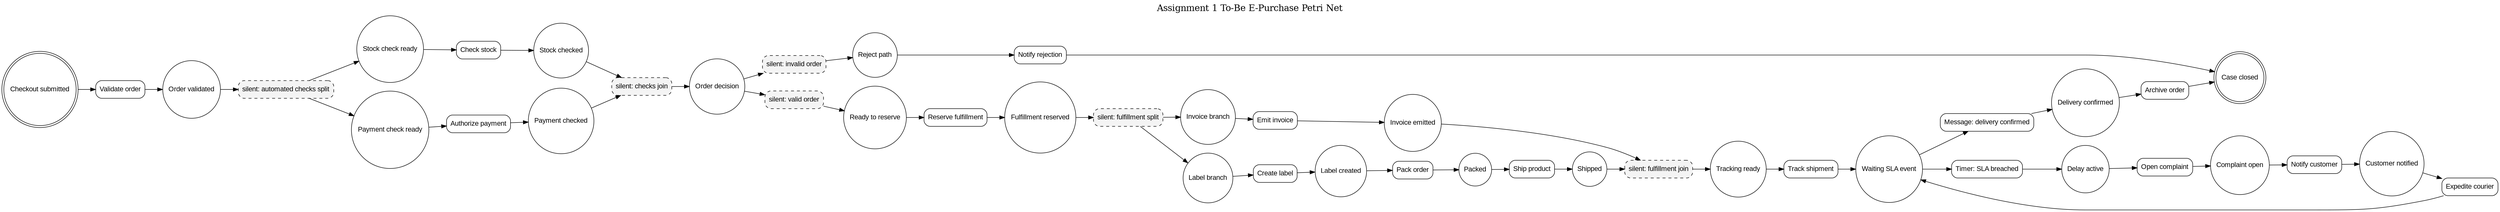
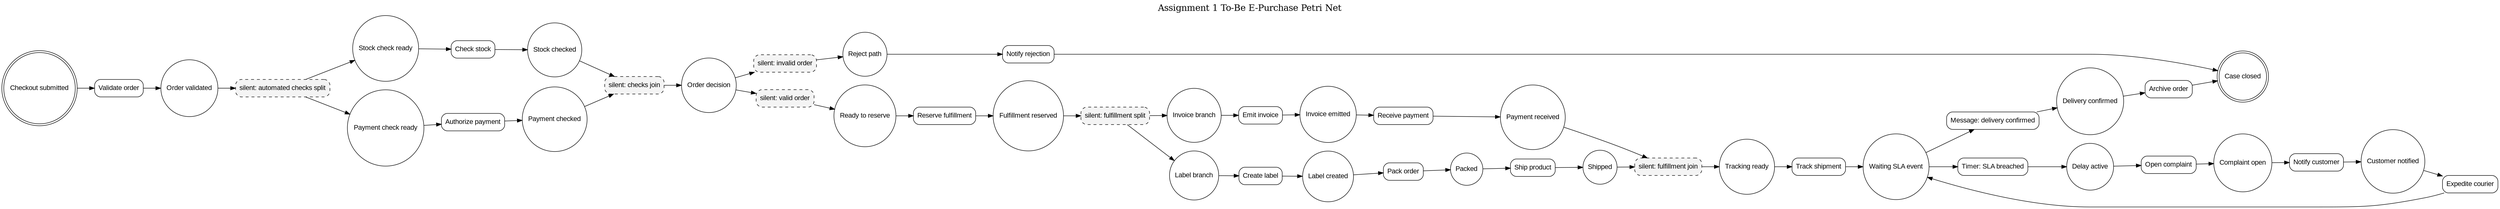
digraph assignment1_to_be_petri {
  rankdir=LR;
  graph [label="Assignment 1 To-Be E-Purchase Petri Net", labelloc=t, fontsize=18];
  node [fontname="Arial"];
  p_start [shape=circle, peripheries=2, label="Checkout submitted", width=0.9];
  p_validated [shape=circle, peripheries=1, label="Order validated", width=0.9];
  p_stock_ready [shape=circle, peripheries=1, label="Stock check ready", width=0.9];
  p_payment_ready [shape=circle, peripheries=1, label="Payment check ready", width=0.9];
  p_stock_checked [shape=circle, peripheries=1, label="Stock checked", width=0.9];
  p_payment_checked [shape=circle, peripheries=1, label="Payment checked", width=0.9];
  p_order_decision [shape=circle, peripheries=1, label="Order decision", width=0.9];
  p_reject_ready [shape=circle, peripheries=1, label="Reject path", width=0.9];
  p_reserve_ready [shape=circle, peripheries=1, label="Ready to reserve", width=0.9];
  p_fulfillment_reserved [shape=circle, peripheries=1, label="Fulfillment reserved", width=0.9];
  p_invoice_ready [shape=circle, peripheries=1, label="Invoice branch", width=0.9];
  p_label_ready [shape=circle, peripheries=1, label="Label branch", width=0.9];
  p_invoice_done [shape=circle, peripheries=1, label="Invoice emitted", width=0.9];
+   p_payment_received [shape=circle, peripheries=1, label="Payment received", width=0.9];
  p_label_created [shape=circle, peripheries=1, label="Label created", width=0.9];
  p_packed [shape=circle, peripheries=1, label="Packed", width=0.9];
  p_shipped [shape=circle, peripheries=1, label="Shipped", width=0.9];
  p_tracking_ready [shape=circle, peripheries=1, label="Tracking ready", width=0.9];
  p_sla_wait [shape=circle, peripheries=1, label="Waiting SLA event", width=0.9];
  p_delay_case [shape=circle, peripheries=1, label="Delay active", width=0.9];
  p_complaint_open [shape=circle, peripheries=1, label="Complaint open", width=0.9];
  p_customer_notified [shape=circle, peripheries=1, label="Customer notified", width=0.9];
  p_delivery_ok [shape=circle, peripheries=1, label="Delivery confirmed", width=0.9];
  p_done [shape=doublecircle, peripheries=2, label="Case closed", width=0.9];
  t_validate_order [shape=box, style="rounded", label="Validate order"];
  t_auto_checks_split [shape=box, fillcolor="#f4f4f4", style="filled,dashed,rounded", label="silent: automated checks split"];
  t_check_stock [shape=box, style="rounded", label="Check stock"];
  t_authorize_payment [shape=box, style="rounded", label="Authorize payment"];
  t_checks_join [shape=box, fillcolor="#f4f4f4", style="filled,dashed,rounded", label="silent: checks join"];
  t_invalid_order [shape=box, fillcolor="#f4f4f4", style="filled,dashed,rounded", label="silent: invalid order"];
  t_notify_rejection [shape=box, style="rounded", label="Notify rejection"];
  t_valid_order [shape=box, fillcolor="#f4f4f4", style="filled,dashed,rounded", label="silent: valid order"];
  t_reserve_fulfillment [shape=box, style="rounded", label="Reserve fulfillment"];
  t_fulfill_split [shape=box, fillcolor="#f4f4f4", style="filled,dashed,rounded", label="silent: fulfillment split"];
  t_emit_invoice [shape=box, style="rounded", label="Emit invoice"];
+   t_receive_payment [shape=box, style="rounded", label="Receive payment"];
  t_create_label [shape=box, style="rounded", label="Create label"];
  t_pack_order [shape=box, style="rounded", label="Pack order"];
  t_ship_product [shape=box, style="rounded", label="Ship product"];
  t_fulfillment_join [shape=box, fillcolor="#f4f4f4", style="filled,dashed,rounded", label="silent: fulfillment join"];
  t_track_shipment [shape=box, style="rounded", label="Track shipment"];
  t_delivery_confirmed [shape=box, style="rounded", label="Message: delivery confirmed"];
  t_sla_breached [shape=box, style="rounded", label="Timer: SLA breached"];
  t_open_complaint [shape=box, style="rounded", label="Open complaint"];
  t_notify_customer [shape=box, style="rounded", label="Notify customer"];
  t_expedite_courier [shape=box, style="rounded", label="Expedite courier"];
  t_archive_order [shape=box, style="rounded", label="Archive order"];
  p_start -> t_validate_order;
  t_validate_order -> p_validated;
  p_validated -> t_auto_checks_split;
  t_auto_checks_split -> p_stock_ready;
  t_auto_checks_split -> p_payment_ready;
  p_stock_ready -> t_check_stock;
  t_check_stock -> p_stock_checked;
  p_payment_ready -> t_authorize_payment;
  t_authorize_payment -> p_payment_checked;
  p_stock_checked -> t_checks_join;
  p_payment_checked -> t_checks_join;
  t_checks_join -> p_order_decision;
  p_order_decision -> t_invalid_order;
  t_invalid_order -> p_reject_ready;
  p_reject_ready -> t_notify_rejection;
  t_notify_rejection -> p_done;
  p_order_decision -> t_valid_order;
  t_valid_order -> p_reserve_ready;
  p_reserve_ready -> t_reserve_fulfillment;
  t_reserve_fulfillment -> p_fulfillment_reserved;
  p_fulfillment_reserved -> t_fulfill_split;
  t_fulfill_split -> p_invoice_ready;
  t_fulfill_split -> p_label_ready;
  p_invoice_ready -> t_emit_invoice;
  t_emit_invoice -> p_invoice_done;
+   p_invoice_done -> t_receive_payment;
+   t_receive_payment -> p_payment_received;
  p_label_ready -> t_create_label;
  t_create_label -> p_label_created;
  p_label_created -> t_pack_order;
  t_pack_order -> p_packed;
  p_packed -> t_ship_product;
  t_ship_product -> p_shipped;
-   p_invoice_done -> t_fulfillment_join;
+   p_payment_received -> t_fulfillment_join;
  p_shipped -> t_fulfillment_join;
  t_fulfillment_join -> p_tracking_ready;
  p_tracking_ready -> t_track_shipment;
  t_track_shipment -> p_sla_wait;
  p_sla_wait -> t_delivery_confirmed;
  t_delivery_confirmed -> p_delivery_ok;
  p_delivery_ok -> t_archive_order;
  t_archive_order -> p_done;
  p_sla_wait -> t_sla_breached;
  t_sla_breached -> p_delay_case;
  p_delay_case -> t_open_complaint;
  t_open_complaint -> p_complaint_open;
  p_complaint_open -> t_notify_customer;
  t_notify_customer -> p_customer_notified;
  p_customer_notified -> t_expedite_courier;
  t_expedite_courier -> p_sla_wait;
}
